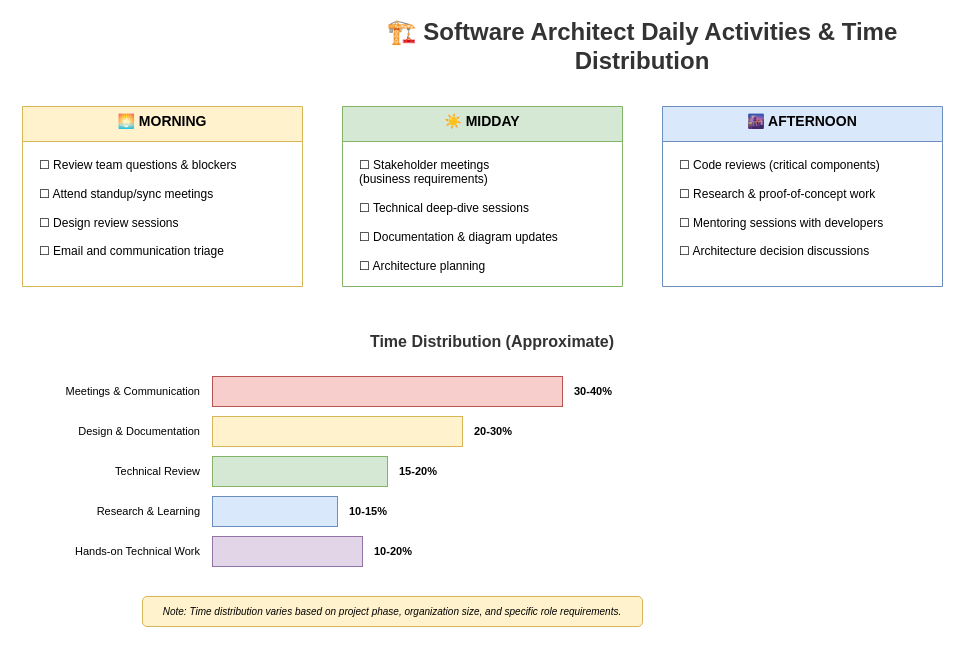
Earlier version of the draw.io diagram lesson-00-software-architect-overview/01-how-a-software-architect-works/1.2-daily-activities-time.drawio (MrParkerZ7/document-lesson-software-architect-x-claude). Source tidied: cells renumbered, new cells numbered last; positions are measured from the earlier drawing's top-left corner, leaving out a move shared by most shapes. Both pictures are drawn from the tidied source at 100%, with x=0, y=0 at pixel (22, 26).
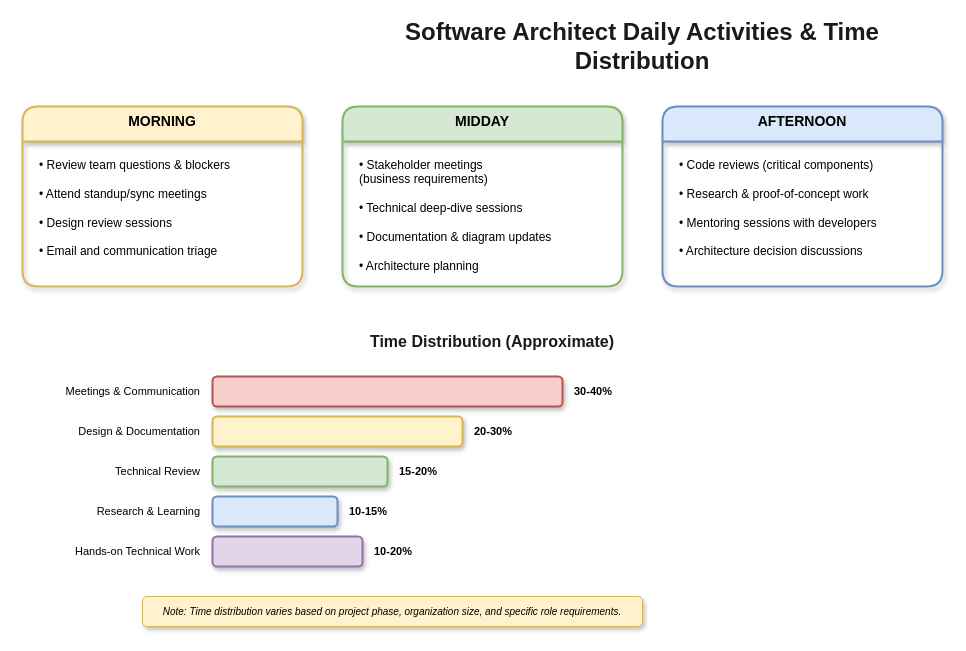
The same page after the edit.

The edit, as a diff of the source:
```diff
@@
-    <mxCell id="2" value="🏗️ Software Architect Daily Activities &amp; Time Distribution" style="text;html=1;strokeColor=none;fillColor=none;align=center;verticalAlign=middle;whiteSpace=wrap;rounded=0;fontSize=24;fontStyle=1;fontColor=#333333;" parent="1" vertex="1">
+    <mxCell id="2" value="Software Architect Daily Activities &amp; Time Distribution" style="text;html=1;strokeColor=none;fillColor=none;align=center;verticalAlign=middle;whiteSpace=wrap;rounded=0;fontSize=24;fontStyle=1;fontColor=#1a1a1a;" parent="1" vertex="1">
       <mxGeometry x="320" width="600" height="40" as="geometry" />
     </mxCell>
-    <mxCell id="3" value="🌅 MORNING" style="swimlane;fontStyle=1;align=center;verticalAlign=top;horizontal=1;startSize=35;fillColor=#fff2cc;strokeColor=#d6b656;fontSize=14;" parent="1" vertex="1">
+    <mxCell id="3" value="MORNING" style="swimlane;fontStyle=1;align=center;verticalAlign=top;horizontal=1;startSize=35;fillColor=#fff2cc;strokeColor=#d6b656;fontSize=14;rounded=1;shadow=1;strokeWidth=2;" parent="1" vertex="1">
       <mxGeometry y="80" width="280" height="180" as="geometry" />
     </mxCell>
-    <mxCell id="4" value="☐ Review team questions &amp; blockers&#10;&#10;☐ Attend standup/sync meetings&#10;&#10;☐ Design review sessions&#10;&#10;☐ Email and communication triage" style="text;html=1;strokeColor=none;fillColor=none;align=left;verticalAlign=top;whiteSpace=wrap;rounded=0;fontSize=12;spacingLeft=15;spacingTop=10;" parent="3" vertex="1">
+    <mxCell id="4" value="• Review team questions &amp; blockers&#10;&#10;• Attend standup/sync meetings&#10;&#10;• Design review sessions&#10;&#10;• Email and communication triage" style="text;html=1;strokeColor=none;fillColor=none;align=left;verticalAlign=top;whiteSpace=wrap;rounded=0;fontSize=12;spacingLeft=15;spacingTop=10;" parent="3" vertex="1">
       <mxGeometry y="35" width="280" height="145" as="geometry" />
     </mxCell>
-    <mxCell id="5" value="☀️ MIDDAY" style="swimlane;fontStyle=1;align=center;verticalAlign=top;horizontal=1;startSize=35;fillColor=#d5e8d4;strokeColor=#82b366;fontSize=14;" parent="1" vertex="1">
+    <mxCell id="5" value="MIDDAY" style="swimlane;fontStyle=1;align=center;verticalAlign=top;horizontal=1;startSize=35;fillColor=#d5e8d4;strokeColor=#82b366;fontSize=14;rounded=1;shadow=1;strokeWidth=2;" parent="1" vertex="1">
       <mxGeometry x="320" y="80" width="280" height="180" as="geometry" />
     </mxCell>
-    <mxCell id="6" value="☐ Stakeholder meetings&#10;   (business requirements)&#10;&#10;☐ Technical deep-dive sessions&#10;&#10;☐ Documentation &amp; diagram updates&#10;&#10;☐ Architecture planning" style="text;html=1;strokeColor=none;fillColor=none;align=left;verticalAlign=top;whiteSpace=wrap;rounded=0;fontSize=12;spacingLeft=15;spacingTop=10;" parent="5" vertex="1">
+    <mxCell id="6" value="• Stakeholder meetings&#10;   (business requirements)&#10;&#10;• Technical deep-dive sessions&#10;&#10;• Documentation &amp; diagram updates&#10;&#10;• Architecture planning" style="text;html=1;strokeColor=none;fillColor=none;align=left;verticalAlign=top;whiteSpace=wrap;rounded=0;fontSize=12;spacingLeft=15;spacingTop=10;" parent="5" vertex="1">
       <mxGeometry y="35" width="280" height="145" as="geometry" />
     </mxCell>
-    <mxCell id="7" value="🌆 AFTERNOON" style="swimlane;fontStyle=1;align=center;verticalAlign=top;horizontal=1;startSize=35;fillColor=#dae8fc;strokeColor=#6c8ebf;fontSize=14;" parent="1" vertex="1">
+    <mxCell id="7" value="AFTERNOON" style="swimlane;fontStyle=1;align=center;verticalAlign=top;horizontal=1;startSize=35;fillColor=#dae8fc;strokeColor=#6c8ebf;fontSize=14;rounded=1;shadow=1;strokeWidth=2;" parent="1" vertex="1">
       <mxGeometry x="640" y="80" width="280" height="180" as="geometry" />
     </mxCell>
-    <mxCell id="8" value="☐ Code reviews (critical components)&#10;&#10;☐ Research &amp; proof-of-concept work&#10;&#10;☐ Mentoring sessions with developers&#10;&#10;☐ Architecture decision discussions" style="text;html=1;strokeColor=none;fillColor=none;align=left;verticalAlign=top;whiteSpace=wrap;rounded=0;fontSize=12;spacingLeft=15;spacingTop=10;" parent="7" vertex="1">
+    <mxCell id="8" value="• Code reviews (critical components)&#10;&#10;• Research &amp; proof-of-concept work&#10;&#10;• Mentoring sessions with developers&#10;&#10;• Architecture decision discussions" style="text;html=1;strokeColor=none;fillColor=none;align=left;verticalAlign=top;whiteSpace=wrap;rounded=0;fontSize=12;spacingLeft=15;spacingTop=10;" parent="7" vertex="1">
       <mxGeometry y="35" width="280" height="145" as="geometry" />
     </mxCell>
-    <mxCell id="9" value="Time Distribution (Approximate)" style="text;html=1;strokeColor=none;fillColor=none;align=center;verticalAlign=middle;whiteSpace=wrap;rounded=0;fontSize=16;fontStyle=1;fontColor=#333333;" parent="1" vertex="1">
+    <mxCell id="9" value="Time Distribution (Approximate)" style="text;html=1;strokeColor=none;fillColor=none;align=center;verticalAlign=middle;whiteSpace=wrap;rounded=0;fontSize=16;fontStyle=1;fontColor=#1a1a1a;" parent="1" vertex="1">
       <mxGeometry x="320" y="300" width="300" height="30" as="geometry" />
     </mxCell>
@@
-    <mxCell id="11" style="rounded=0;whiteSpace=wrap;html=1;fillColor=#f8cecc;strokeColor=#b85450;" parent="1" vertex="1">
+    <mxCell id="11" style="rounded=1;whiteSpace=wrap;html=1;fillColor=#f8cecc;strokeColor=#b85450;shadow=1;strokeWidth=2;" parent="1" vertex="1">
       <mxGeometry x="190" y="350" width="350" height="30" as="geometry" />
     </mxCell>
@@
-    <mxCell id="14" style="rounded=0;whiteSpace=wrap;html=1;fillColor=#fff2cc;strokeColor=#d6b656;" parent="1" vertex="1">
+    <mxCell id="14" style="rounded=1;whiteSpace=wrap;html=1;fillColor=#fff2cc;strokeColor=#d6b656;shadow=1;strokeWidth=2;" parent="1" vertex="1">
       <mxGeometry x="190" y="390" width="250" height="30" as="geometry" />
     </mxCell>
@@
-    <mxCell id="17" style="rounded=0;whiteSpace=wrap;html=1;fillColor=#d5e8d4;strokeColor=#82b366;" parent="1" vertex="1">
+    <mxCell id="17" style="rounded=1;whiteSpace=wrap;html=1;fillColor=#d5e8d4;strokeColor=#82b366;shadow=1;strokeWidth=2;" parent="1" vertex="1">
       <mxGeometry x="190" y="430" width="175" height="30" as="geometry" />
     </mxCell>
@@
-    <mxCell id="20" style="rounded=0;whiteSpace=wrap;html=1;fillColor=#dae8fc;strokeColor=#6c8ebf;" parent="1" vertex="1">
+    <mxCell id="20" style="rounded=1;whiteSpace=wrap;html=1;fillColor=#dae8fc;strokeColor=#6c8ebf;shadow=1;strokeWidth=2;" parent="1" vertex="1">
       <mxGeometry x="190" y="470" width="125" height="30" as="geometry" />
     </mxCell>
@@
-    <mxCell id="23" style="rounded=0;whiteSpace=wrap;html=1;fillColor=#e1d5e7;strokeColor=#9673a6;" parent="1" vertex="1">
+    <mxCell id="23" style="rounded=1;whiteSpace=wrap;html=1;fillColor=#e1d5e7;strokeColor=#9673a6;shadow=1;strokeWidth=2;" parent="1" vertex="1">
       <mxGeometry x="190" y="510" width="150" height="30" as="geometry" />
     </mxCell>
@@
-    <mxCell id="25" value="Note: Time distribution varies based on project phase, organization size, and specific role requirements." style="text;html=1;strokeColor=#d6b656;fillColor=#fff2cc;align=center;verticalAlign=middle;whiteSpace=wrap;rounded=1;fontSize=10;fontStyle=2;" parent="1" vertex="1">
+    <mxCell id="25" value="Note: Time distribution varies based on project phase, organization size, and specific role requirements." style="text;html=1;strokeColor=#d6b656;fillColor=#fff2cc;align=center;verticalAlign=middle;whiteSpace=wrap;rounded=1;fontSize=10;fontStyle=2;shadow=1;" parent="1" vertex="1">
       <mxGeometry x="120" y="570" width="500" height="30" as="geometry" />
     </mxCell>
```
